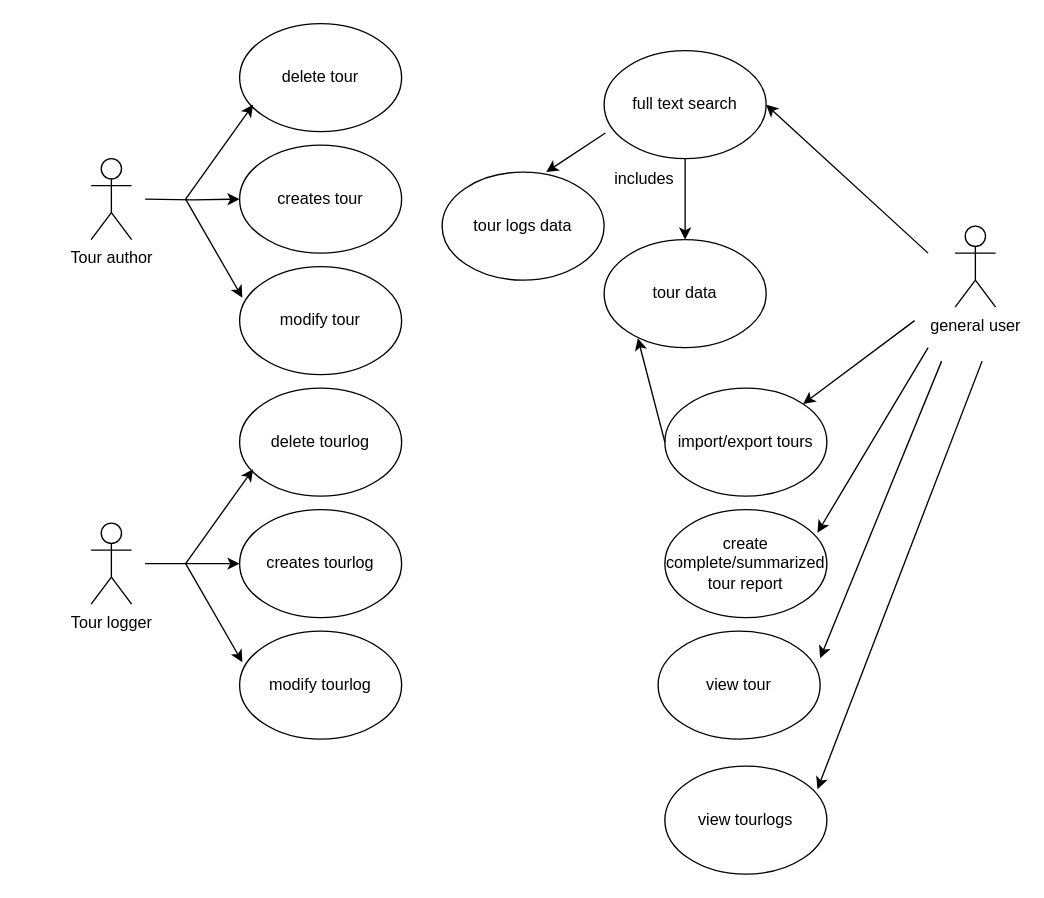
Above: usecase.drawio in GerritKreuzer/Tourplanner (draw.io), before the change. Source tidied: cells renumbered, new cells numbered last; positions are measured from the earlier drawing's top-left corner, leaving out a move shared by most shapes. Both pictures are drawn from the tidied source at 135%, with x=0, y=0 at pixel (90, 23).
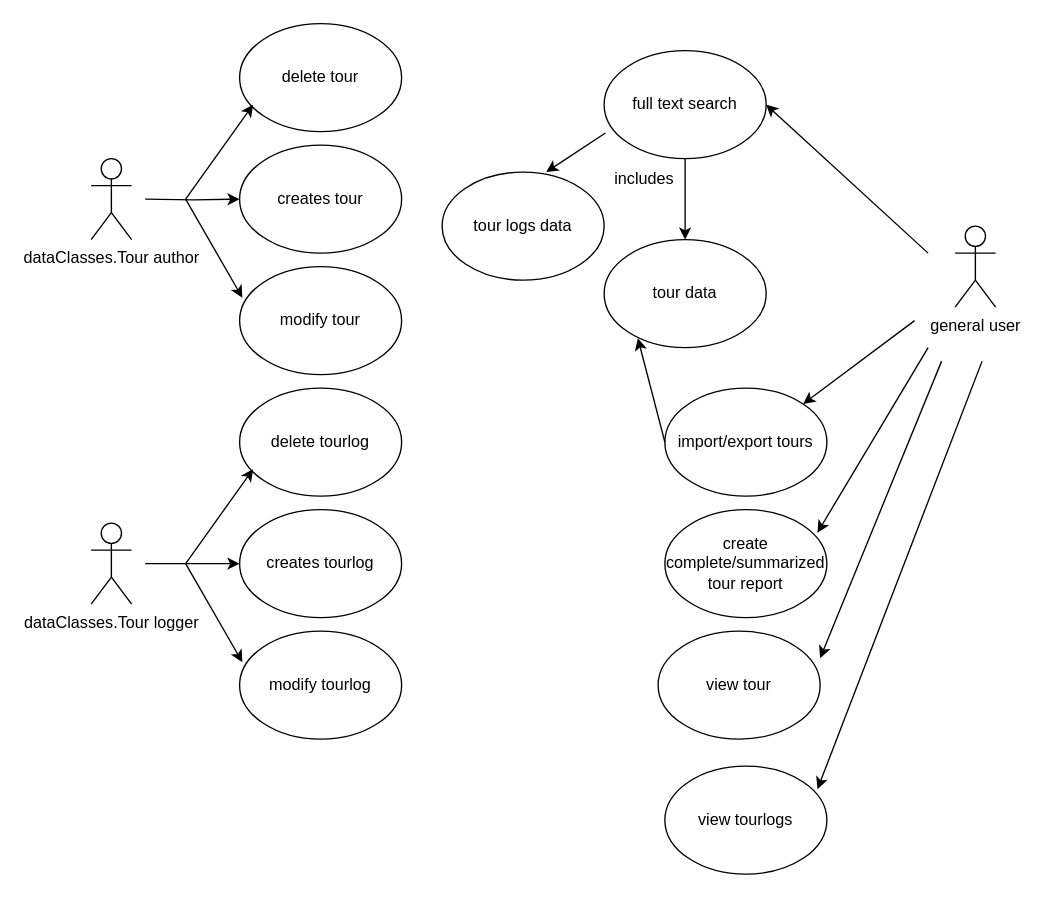
Above is the later version.

Change to the diagram source:
```diff
@@
-    <mxCell id="4" value="&lt;div&gt;Tour author&lt;/div&gt;" style="shape=umlActor;verticalLabelPosition=bottom;verticalAlign=top;html=1;" parent="1" vertex="1">
+    <mxCell id="4" value="&lt;div&gt;dataClasses.Tour author&lt;/div&gt;" style="shape=umlActor;verticalLabelPosition=bottom;verticalAlign=top;html=1;" parent="1" vertex="1">
       <mxGeometry y="100" width="30" height="60" as="geometry" />
     </mxCell>
-    <mxCell id="5" value="Tour logger" style="shape=umlActor;verticalLabelPosition=bottom;verticalAlign=top;html=1;" parent="1" vertex="1">
+    <mxCell id="5" value="dataClasses.Tour logger" style="shape=umlActor;verticalLabelPosition=bottom;verticalAlign=top;html=1;" parent="1" vertex="1">
       <mxGeometry y="370" width="30" height="60" as="geometry" />
     </mxCell>
```
